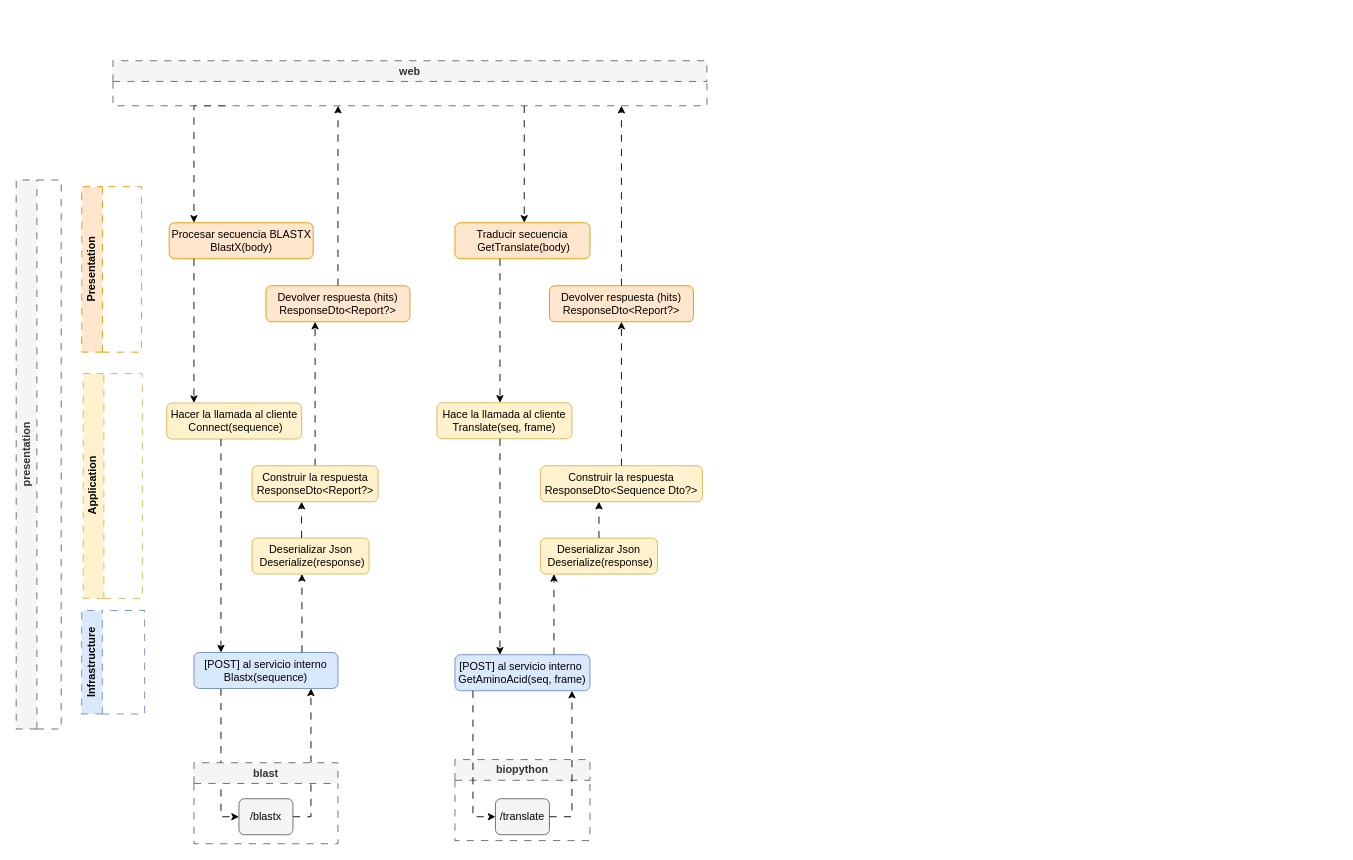
Earlier version of the draw.io diagram page "blstx" (1 of 2) of Diagrama de procesos - estructura.drawio (vitamina-d/doc). Source tidied: cells renumbered, new cells numbered last; positions are measured from the earlier drawing's top-left corner, leaving out a move shared by most shapes. Both pictures are drawn from the tidied source at 90%, with x=0, y=0 at pixel (-237, 60). Pictures stored in the file or linked from it are replaced by grey dashed boxes.
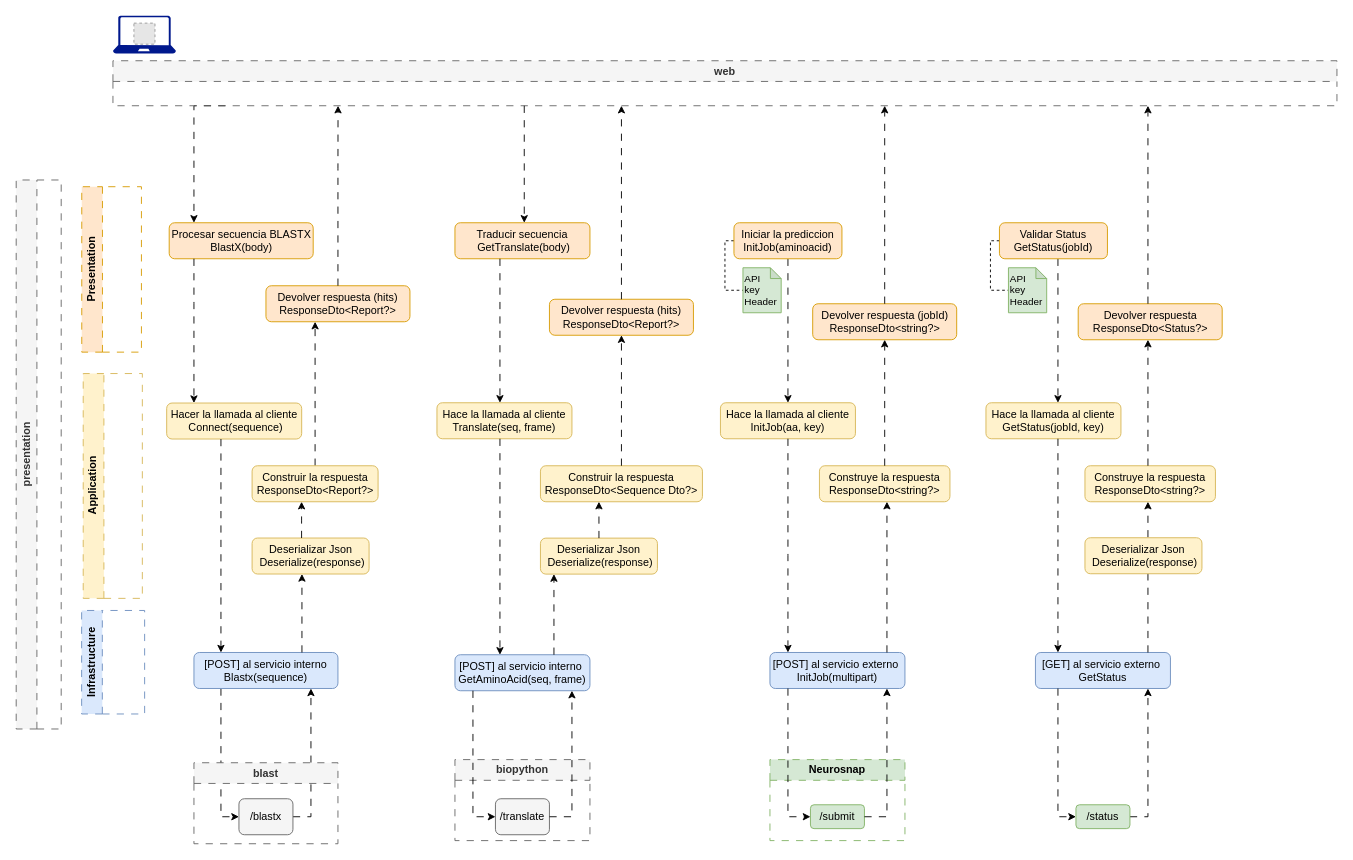
After the change.

The edit, as a diff of the source:
```diff
@@
     <mxCell id="20" value="web" style="swimlane;whiteSpace=wrap;html=1;strokeColor=#666666;fillColor=#f5f5f5;dashed=1;dashPattern=8 8;rotation=0;fontColor=#333333;" parent="1" vertex="1">
-      <mxGeometry x="388" width="660" height="50" as="geometry" />
+      <mxGeometry x="388" width="1360" height="50" as="geometry" />
     </mxCell>
@@
     <mxCell id="38" value="Devolver respuesta (hits)&lt;div&gt;&lt;span style=&quot;color: light-dark(rgb(0, 0, 0), rgb(255, 255, 255)); background-color: transparent;&quot;&gt;ResponseDto&lt;/span&gt;&lt;span style=&quot;background-color: transparent;&quot;&gt;&amp;lt;Report?&amp;gt;&lt;/span&gt;&lt;/div&gt;" style="rounded=1;whiteSpace=wrap;html=1;fillColor=#ffe6cc;strokeColor=#d79b00;" parent="1" vertex="1">
-      <mxGeometry x="873" y="250" width="160" height="40" as="geometry" />
+      <mxGeometry x="873" y="265" width="160" height="40" as="geometry" />
     </mxCell>
@@
+    <mxCell id="41" value="Neurosnap" style="swimlane;whiteSpace=wrap;html=1;strokeColor=#82b366;fillColor=#d5e8d4;dashed=1;dashPattern=8 8;rotation=0;" parent="1" vertex="1">
+      <mxGeometry x="1118" y="776.5" width="150" height="90" as="geometry" />
+    </mxCell>
+    <mxCell id="42" value="&lt;div&gt;&lt;span style=&quot;background-color: transparent; color: light-dark(rgb(0, 0, 0), rgb(255, 255, 255));&quot;&gt;/submit&lt;/span&gt;&lt;/div&gt;" style="rounded=1;whiteSpace=wrap;html=1;fillColor=#d5e8d4;strokeColor=#82b366;" parent="41" vertex="1">
+      <mxGeometry x="45" y="50.2" width="60" height="26.5" as="geometry" />
+    </mxCell>
+    <mxCell id="43" value="Hace la llamada al cliente&lt;div&gt;InitJob(aa, key)&lt;/div&gt;" style="rounded=1;whiteSpace=wrap;html=1;fillColor=#fff2cc;strokeColor=#d6b656;" parent="1" vertex="1">
+      <mxGeometry x="1063" y="380" width="150" height="40" as="geometry" />
+    </mxCell>
+    <mxCell id="44" style="edgeStyle=orthogonalEdgeStyle;rounded=0;jettySize=auto;html=1;dashed=1;dashPattern=8 8;" parent="1" edge="1" source="54" target="43">
+      <mxGeometry relative="1" as="geometry" />
+    </mxCell>
+    <mxCell id="45" value="&lt;div&gt;&lt;span style=&quot;background-color: transparent; color: light-dark(rgb(0, 0, 0), rgb(255, 255, 255));&quot;&gt;[POST] al servicio externo&amp;nbsp;&lt;/span&gt;&lt;/div&gt;&lt;div&gt;&lt;span style=&quot;background-color: transparent; color: light-dark(rgb(0, 0, 0), rgb(255, 255, 255));&quot;&gt;InitJob(multipart)&lt;/span&gt;&lt;/div&gt;" style="rounded=1;whiteSpace=wrap;html=1;fillColor=#dae8fc;strokeColor=#6c8ebf;" parent="1" vertex="1">
+      <mxGeometry x="1118" y="657.5" width="150" height="40" as="geometry" />
+    </mxCell>
+    <mxCell id="46" style="edgeStyle=orthogonalEdgeStyle;rounded=0;jettySize=auto;html=1;dashed=1;dashPattern=8 8;" parent="1" edge="1" source="43" target="45">
+      <mxGeometry relative="1" as="geometry">
+        <Array as="points">
+          <mxPoint x="1138" y="550" />
+          <mxPoint x="1138" y="550" />
+        </Array>
+      </mxGeometry>
+    </mxCell>
+    <mxCell id="47" style="edgeStyle=orthogonalEdgeStyle;rounded=0;jettySize=auto;html=1;dashed=1;dashPattern=8 8;" parent="1" edge="1" source="45" target="42">
+      <mxGeometry relative="1" as="geometry">
+        <Array as="points">
+          <mxPoint x="1138" y="840" />
+        </Array>
+      </mxGeometry>
+    </mxCell>
+    <mxCell id="48" style="edgeStyle=orthogonalEdgeStyle;rounded=0;jettySize=auto;html=1;dashed=1;dashPattern=8 8;" parent="1" edge="1" source="42" target="45">
+      <mxGeometry relative="1" as="geometry">
+        <Array as="points">
+          <mxPoint x="1248" y="840" />
+        </Array>
+      </mxGeometry>
+    </mxCell>
+    <mxCell id="49" value="&lt;div&gt;&lt;span style=&quot;background-color: transparent; color: light-dark(rgb(0, 0, 0), rgb(255, 255, 255));&quot;&gt;Construye la respuesta ResponseDto&lt;/span&gt;&lt;span style=&quot;background-color: transparent;&quot;&gt;&amp;lt;string?&amp;gt;&lt;/span&gt;&lt;/div&gt;" style="rounded=1;whiteSpace=wrap;html=1;fillColor=#fff2cc;strokeColor=#d6b656;" parent="1" vertex="1">
+      <mxGeometry x="1173" y="450" width="145" height="40" as="geometry" />
+    </mxCell>
+    <mxCell id="50" style="edgeStyle=orthogonalEdgeStyle;rounded=0;jettySize=auto;html=1;dashed=1;dashPattern=8 8;" parent="1" edge="1" source="45" target="49">
+      <mxGeometry relative="1" as="geometry">
+        <Array as="points">
+          <mxPoint x="1248" y="610" />
+          <mxPoint x="1248" y="610" />
+        </Array>
+      </mxGeometry>
+    </mxCell>
+    <mxCell id="51" value="Devolver respuesta (jobId)&lt;div&gt;&lt;span style=&quot;color: light-dark(rgb(0, 0, 0), rgb(255, 255, 255)); background-color: transparent;&quot;&gt;ResponseDto&lt;/span&gt;&lt;span style=&quot;background-color: transparent;&quot;&gt;&amp;lt;string?&amp;gt;&lt;/span&gt;&lt;/div&gt;" style="rounded=1;whiteSpace=wrap;html=1;fillColor=#ffe6cc;strokeColor=#d79b00;" parent="1" vertex="1">
+      <mxGeometry x="1165.5" y="270" width="160" height="40" as="geometry" />
+    </mxCell>
+    <mxCell id="52" style="edgeStyle=orthogonalEdgeStyle;rounded=0;jettySize=auto;html=1;dashed=1;dashPattern=8 8;" parent="1" edge="1" source="49" target="51">
+      <mxGeometry relative="1" as="geometry" />
+    </mxCell>
+    <mxCell id="53" style="edgeStyle=orthogonalEdgeStyle;rounded=0;jettySize=auto;html=1;dashed=1;endArrow=none;endFill=0;" parent="1" edge="1" source="54" target="55">
+      <mxGeometry relative="1" as="geometry">
+        <Array as="points">
+          <mxPoint x="1068" y="200" />
+          <mxPoint x="1068" y="255" />
+        </Array>
+      </mxGeometry>
+    </mxCell>
+    <mxCell id="54" value="Iniciar la prediccion&lt;div&gt;InitJob(aminoacid)&lt;/div&gt;" style="rounded=1;whiteSpace=wrap;html=1;fillColor=#ffe6cc;strokeColor=#d79b00;" parent="1" vertex="1">
+      <mxGeometry x="1078" y="180" width="120" height="40" as="geometry" />
+    </mxCell>
+    <mxCell id="55" value="&lt;div&gt;&lt;span style=&quot;background-color: transparent; color: light-dark(rgb(0, 0, 0), rgb(255, 255, 255));&quot;&gt;API&lt;/span&gt;&lt;/div&gt;&lt;div&gt;&lt;span style=&quot;background-color: transparent; color: light-dark(rgb(0, 0, 0), rgb(255, 255, 255));&quot;&gt;key&amp;nbsp;&lt;/span&gt;&lt;/div&gt;&lt;div&gt;&lt;span style=&quot;background-color: transparent; color: light-dark(rgb(0, 0, 0), rgb(255, 255, 255));&quot;&gt;Header&lt;/span&gt;&lt;/div&gt;" style="shape=note;whiteSpace=wrap;html=1;backgroundOutline=1;darkOpacity=0.05;size=12;align=left;fillColor=#d5e8d4;strokeColor=#82b366;fontSize=11;" parent="1" vertex="1">
+      <mxGeometry x="1088" y="230" width="42.5" height="50" as="geometry" />
+    </mxCell>
+    <mxCell id="56" style="sketch=0;shadow=0;dashed=0;html=1;strokeColor=none;labelPosition=center;verticalLabelPosition=bottom;verticalAlign=top;align=center;fillColor=#00188D;shape=mxgraph.azure.laptop;" parent="1" vertex="1">
+      <mxGeometry x="388" y="-50" width="70" height="42" as="geometry" />
+    </mxCell>
+    <mxCell id="57" style="fillColor=#E6E6E6;strokeColor=#999999;dashed=1;verticalLabelPosition=bottom;labelBackgroundColor=default;verticalAlign=top;" parent="1" vertex="1">
+      <mxGeometry x="411.3" y="-41.8" width="23.4" height="23.4" as="geometry" />
+    </mxCell>
+    <mxCell id="58" style="edgeStyle=orthogonalEdgeStyle;rounded=0;jettySize=auto;html=1;dashed=1;dashPattern=8 8;" parent="1" edge="1" source="51" target="20">
+      <mxGeometry relative="1" as="geometry">
+        <Array as="points">
+          <mxPoint x="1246" y="140" />
+          <mxPoint x="1246" y="140" />
+        </Array>
+      </mxGeometry>
+    </mxCell>
+    <mxCell id="59" value="Hace la llamada al cliente&lt;div&gt;GetStatus(jobId, key)&lt;/div&gt;" style="rounded=1;whiteSpace=wrap;html=1;fillColor=#fff2cc;strokeColor=#d6b656;" parent="1" vertex="1">
+      <mxGeometry x="1358" y="380" width="150" height="40" as="geometry" />
+    </mxCell>
+    <mxCell id="60" style="edgeStyle=orthogonalEdgeStyle;rounded=0;jettySize=auto;html=1;dashed=1;dashPattern=8 8;" parent="1" edge="1" source="69" target="59">
+      <mxGeometry relative="1" as="geometry">
+        <Array as="points">
+          <mxPoint x="1438" y="300" />
+          <mxPoint x="1438" y="300" />
+        </Array>
+      </mxGeometry>
+    </mxCell>
+    <mxCell id="61" value="&lt;div&gt;&lt;span style=&quot;background-color: transparent; color: light-dark(rgb(0, 0, 0), rgb(255, 255, 255));&quot;&gt;[GET] al servicio externo&amp;nbsp;&lt;/span&gt;&lt;/div&gt;&lt;div&gt;&lt;span style=&quot;background-color: transparent; color: light-dark(rgb(0, 0, 0), rgb(255, 255, 255));&quot;&gt;GetStatus&lt;/span&gt;&lt;/div&gt;" style="rounded=1;whiteSpace=wrap;html=1;fillColor=#dae8fc;strokeColor=#6c8ebf;" parent="1" vertex="1">
+      <mxGeometry x="1413" y="657.5" width="150" height="40" as="geometry" />
+    </mxCell>
+    <mxCell id="62" style="edgeStyle=orthogonalEdgeStyle;rounded=0;jettySize=auto;html=1;dashed=1;dashPattern=8 8;" parent="1" edge="1" source="59" target="61">
+      <mxGeometry relative="1" as="geometry">
+        <Array as="points">
+          <mxPoint x="1438" y="540" />
+          <mxPoint x="1438" y="540" />
+        </Array>
+      </mxGeometry>
+    </mxCell>
+    <mxCell id="63" style="edgeStyle=orthogonalEdgeStyle;rounded=0;jettySize=auto;html=1;dashed=1;dashPattern=8 8;" parent="1" edge="1" target="61">
+      <mxGeometry relative="1" as="geometry">
+        <mxPoint x="1518" y="840" as="sourcePoint" />
+        <Array as="points">
+          <mxPoint x="1538" y="840" />
+        </Array>
+      </mxGeometry>
+    </mxCell>
+    <mxCell id="64" value="&lt;div&gt;&lt;span style=&quot;background-color: transparent; color: light-dark(rgb(0, 0, 0), rgb(255, 255, 255));&quot;&gt;Construye la respuesta ResponseDto&lt;/span&gt;&lt;span style=&quot;background-color: transparent;&quot;&gt;&amp;lt;string?&amp;gt;&lt;/span&gt;&lt;/div&gt;" style="rounded=1;whiteSpace=wrap;html=1;fillColor=#fff2cc;strokeColor=#d6b656;" parent="1" vertex="1">
+      <mxGeometry x="1468" y="450" width="145" height="40" as="geometry" />
+    </mxCell>
+    <mxCell id="65" style="edgeStyle=orthogonalEdgeStyle;rounded=0;jettySize=auto;html=1;dashed=1;dashPattern=8 8;" parent="1" edge="1" source="61" target="64">
+      <mxGeometry relative="1" as="geometry">
+        <Array as="points">
+          <mxPoint x="1538" y="580" />
+          <mxPoint x="1538" y="580" />
+        </Array>
+      </mxGeometry>
+    </mxCell>
+    <mxCell id="66" value="Devolver respuesta&lt;div&gt;&lt;span style=&quot;color: light-dark(rgb(0, 0, 0), rgb(255, 255, 255)); background-color: transparent;&quot;&gt;ResponseDto&lt;/span&gt;&lt;span style=&quot;background-color: transparent;&quot;&gt;&amp;lt;Status?&amp;gt;&lt;/span&gt;&lt;/div&gt;" style="rounded=1;whiteSpace=wrap;html=1;fillColor=#ffe6cc;strokeColor=#d79b00;" parent="1" vertex="1">
+      <mxGeometry x="1460.5" y="270" width="160" height="40" as="geometry" />
+    </mxCell>
+    <mxCell id="67" style="edgeStyle=orthogonalEdgeStyle;rounded=0;jettySize=auto;html=1;dashed=1;dashPattern=8 8;" parent="1" edge="1" source="64" target="66">
+      <mxGeometry relative="1" as="geometry">
+        <Array as="points">
+          <mxPoint x="1538" y="380" />
+          <mxPoint x="1538" y="380" />
+        </Array>
+      </mxGeometry>
+    </mxCell>
+    <mxCell id="68" style="edgeStyle=orthogonalEdgeStyle;rounded=0;jettySize=auto;html=1;dashed=1;endArrow=none;endFill=0;" parent="1" edge="1" source="69" target="70">
+      <mxGeometry relative="1" as="geometry">
+        <Array as="points">
+          <mxPoint x="1363" y="200" />
+          <mxPoint x="1363" y="255" />
+        </Array>
+      </mxGeometry>
+    </mxCell>
+    <mxCell id="69" value="&lt;div&gt;Validar Status GetStatus(jobId)&lt;/div&gt;" style="rounded=1;whiteSpace=wrap;html=1;fillColor=#ffe6cc;strokeColor=#d79b00;" parent="1" vertex="1">
+      <mxGeometry x="1373" y="180" width="120" height="40" as="geometry" />
+    </mxCell>
+    <mxCell id="70" value="&lt;div&gt;&lt;span style=&quot;background-color: transparent; color: light-dark(rgb(0, 0, 0), rgb(255, 255, 255));&quot;&gt;API&lt;/span&gt;&lt;/div&gt;&lt;div&gt;&lt;span style=&quot;background-color: transparent; color: light-dark(rgb(0, 0, 0), rgb(255, 255, 255));&quot;&gt;key&amp;nbsp;&lt;/span&gt;&lt;/div&gt;&lt;div&gt;&lt;span style=&quot;background-color: transparent; color: light-dark(rgb(0, 0, 0), rgb(255, 255, 255));&quot;&gt;Header&lt;/span&gt;&lt;/div&gt;" style="shape=note;whiteSpace=wrap;html=1;backgroundOutline=1;darkOpacity=0.05;size=12;align=left;fillColor=#d5e8d4;strokeColor=#82b366;fontSize=11;" parent="1" vertex="1">
+      <mxGeometry x="1383" y="230" width="42.5" height="50" as="geometry" />
+    </mxCell>
+    <mxCell id="71" style="edgeStyle=orthogonalEdgeStyle;rounded=0;jettySize=auto;html=1;dashed=1;dashPattern=8 8;" parent="1" edge="1" source="61" target="72">
+      <mxGeometry relative="1" as="geometry">
+        <Array as="points">
+          <mxPoint x="1438" y="840" />
+        </Array>
+      </mxGeometry>
+    </mxCell>
+    <mxCell id="72" value="&lt;div&gt;&lt;span style=&quot;background-color: transparent; color: light-dark(rgb(0, 0, 0), rgb(255, 255, 255));&quot;&gt;/status&lt;/span&gt;&lt;/div&gt;" style="rounded=1;whiteSpace=wrap;html=1;fillColor=#d5e8d4;strokeColor=#82b366;" parent="1" vertex="1">
+      <mxGeometry x="1458" y="826.7" width="60" height="26.5" as="geometry" />
+    </mxCell>
+    <mxCell id="73" value="&lt;div&gt;Deserializar Json&lt;/div&gt;&amp;nbsp;Deserialize(response)" style="rounded=1;whiteSpace=wrap;html=1;fillColor=#fff2cc;strokeColor=#d6b656;" parent="1" vertex="1">
+      <mxGeometry x="1468" y="530" width="130" height="40" as="geometry" />
+    </mxCell>
+    <mxCell id="74" style="edgeStyle=orthogonalEdgeStyle;rounded=0;jettySize=auto;html=1;dashed=1;dashPattern=8 8;" parent="1" edge="1" source="66" target="20">
+      <mxGeometry relative="1" as="geometry">
+        <Array as="points">
+          <mxPoint x="1538" y="160" />
+          <mxPoint x="1538" y="160" />
+        </Array>
+      </mxGeometry>
+    </mxCell>
```
